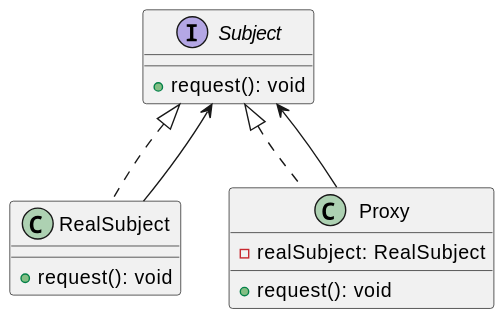
Before: out/patterns/proxy/proxy.svg, a diagram exported from PlantUML (KubEF/architecture-learn-materials). The source it was exported from:
```plantuml
@startuml
interface Subject {
    +request(): void
}

class RealSubject implements Subject {
    +request(): void
}

class Proxy implements Subject {
    -realSubject: RealSubject
    +request(): void
}

RealSubject --> Subject
Proxy --> Subject
@enduml
```
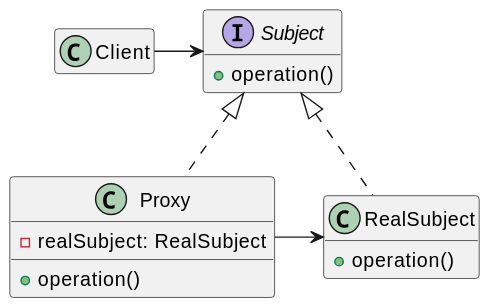
The same file after the commit.

Change to the diagram source:
```diff
@@ -1,17 +1,21 @@
 @startuml
+hide empty members
+
+class Client{}
+
 interface Subject {
-    +request(): void
+    +operation()
 }
 
 class RealSubject implements Subject {
-    +request(): void
+    +operation()
 }
 
 class Proxy implements Subject {
     -realSubject: RealSubject
-    +request(): void
+    +operation()
 }
 
-RealSubject --> Subject
-Proxy --> Subject
+Client -> Subject
+Proxy -> RealSubject
 @enduml
```
